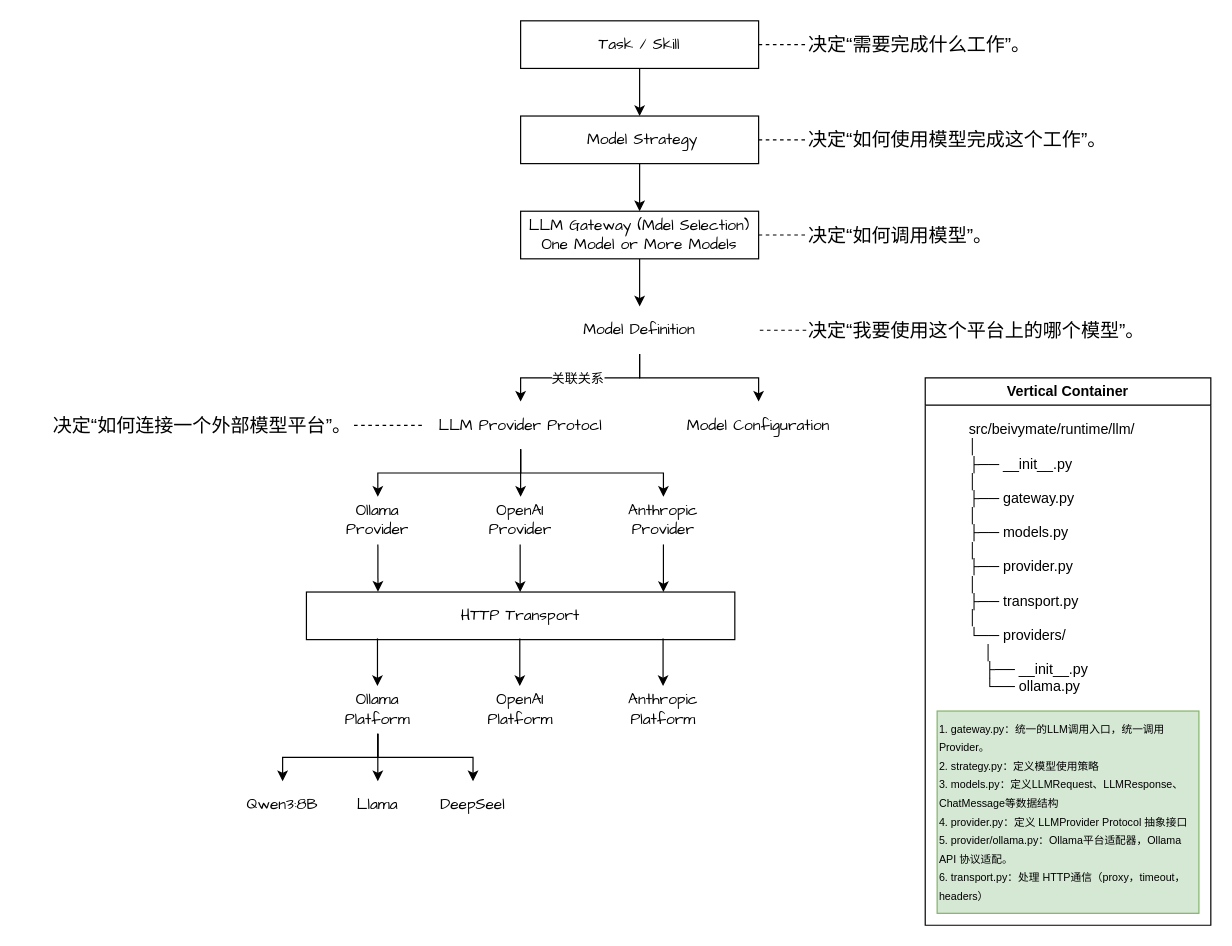
Before: page "LLM设计" (5 of 6) of docs/Design Structure for Key Point.drawio in madderli/beivymate, a draw.io diagram. Source tidied: cells renumbered, new cells numbered last; positions are measured from the earlier drawing's top-left corner, leaving out a move shared by most shapes. Both pictures are drawn from the tidied source at 119%, with x=0, y=0 at pixel (20, 20).
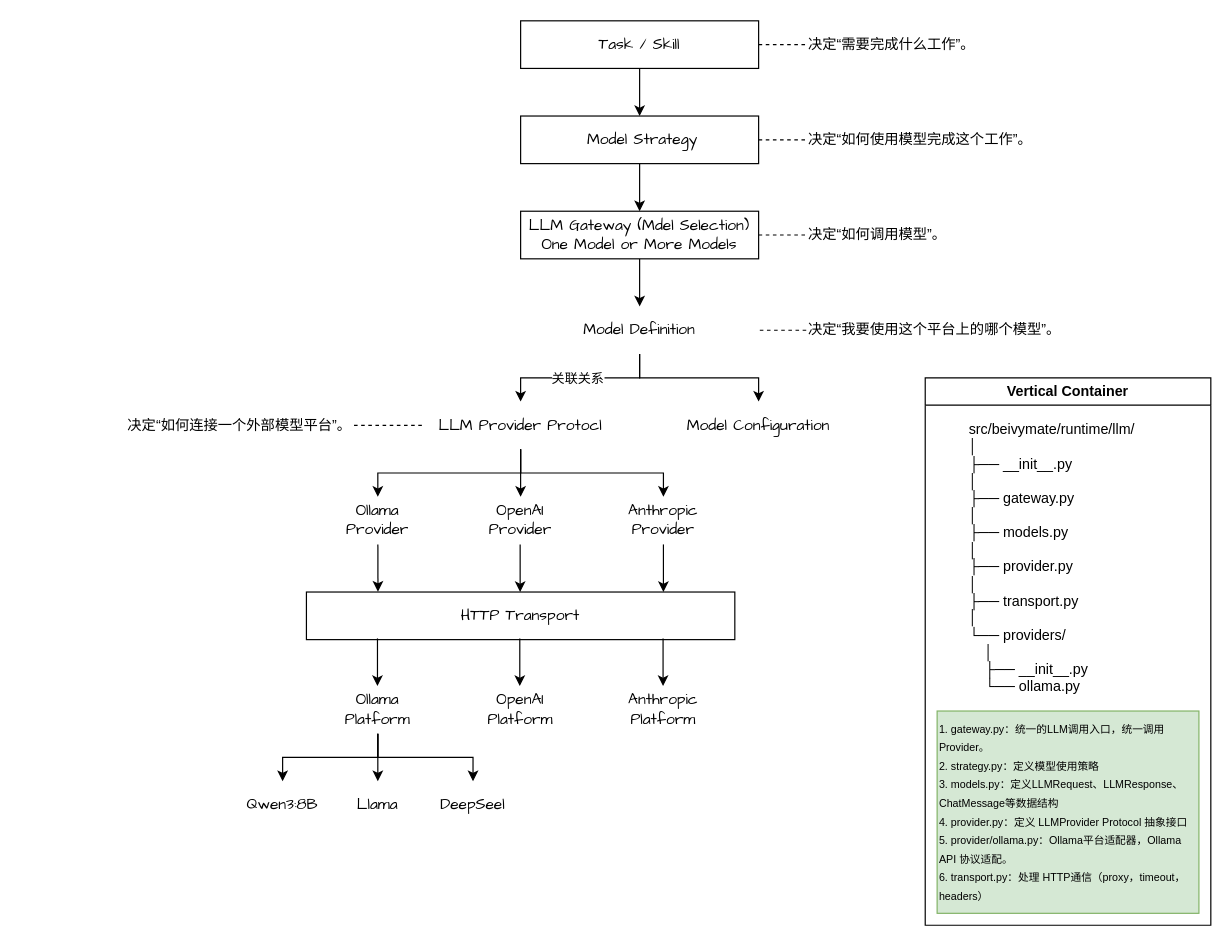
The same page after the edit.

Change to the diagram source:
```diff
@@
-    <mxCell id="11" value="&lt;span style=&quot;caret-color: rgb(0, 0, 0); font-family: -webkit-standard; font-size: medium;&quot;&gt;决定“需要完成什么工作”。&lt;/span&gt;" style="text;html=1;align=left;verticalAlign=middle;whiteSpace=wrap;rounded=0;" parent="1" vertex="1">
+    <mxCell id="11" value="&lt;span style=&quot;caret-color: rgb(0, 0, 0); font-family: -webkit-standard;&quot;&gt;决定“需要完成什么工作”。&lt;/span&gt;" style="text;html=1;align=left;verticalAlign=middle;whiteSpace=wrap;rounded=0;fontSize=12;" parent="1" vertex="1">
       <mxGeometry x="660" width="280" height="40" as="geometry" />
     </mxCell>
-    <mxCell id="12" value="&lt;span style=&quot;caret-color: rgb(0, 0, 0); font-family: -webkit-standard; font-size: medium;&quot;&gt;决定“如何使用模型完成这个工作”。&lt;/span&gt;" style="text;html=1;align=left;verticalAlign=middle;whiteSpace=wrap;rounded=0;" parent="1" vertex="1">
+    <mxCell id="12" value="&lt;span style=&quot;caret-color: rgb(0, 0, 0); font-family: -webkit-standard;&quot;&gt;决定“如何使用模型完成这个工作”。&lt;/span&gt;" style="text;html=1;align=left;verticalAlign=middle;whiteSpace=wrap;rounded=0;fontSize=12;" parent="1" vertex="1">
       <mxGeometry x="660" y="80" width="280" height="40" as="geometry" />
     </mxCell>
-    <mxCell id="13" value="&lt;span style=&quot;caret-color: rgb(0, 0, 0); font-family: -webkit-standard; font-size: medium;&quot;&gt;决定“如何调用模型”。&lt;/span&gt;" style="text;html=1;align=left;verticalAlign=middle;whiteSpace=wrap;rounded=0;" parent="1" vertex="1">
+    <mxCell id="13" value="&lt;span style=&quot;caret-color: rgb(0, 0, 0); font-family: -webkit-standard;&quot;&gt;决定“如何调用模型”。&lt;/span&gt;" style="text;html=1;align=left;verticalAlign=middle;whiteSpace=wrap;rounded=0;fontSize=12;" parent="1" vertex="1">
       <mxGeometry x="660" y="160" width="220" height="40" as="geometry" />
     </mxCell>
@@
-    <mxCell id="15" value="&lt;span style=&quot;font-family: -webkit-standard; font-size: medium; caret-color: rgb(0, 0, 0);&quot;&gt;决定“如何连接一个外部模型平台”。&lt;/span&gt;" style="text;html=1;align=right;verticalAlign=middle;whiteSpace=wrap;rounded=0;" parent="1" vertex="1">
+    <mxCell id="15" value="&lt;span style=&quot;font-family: -webkit-standard; caret-color: rgb(0, 0, 0);&quot;&gt;决定“如何连接一个外部模型平台”。&lt;/span&gt;" style="text;html=1;align=right;verticalAlign=middle;whiteSpace=wrap;rounded=0;fontSize=12;" parent="1" vertex="1">
       <mxGeometry y="320" width="280" height="40" as="geometry" />
     </mxCell>
@@
-    <mxCell id="17" value="&lt;span style=&quot;caret-color: rgb(0, 0, 0); font-family: -webkit-standard; font-size: medium;&quot;&gt;决定“我要使用这个平台上的哪个模型”。&lt;/span&gt;" style="text;html=1;align=left;verticalAlign=middle;whiteSpace=wrap;rounded=0;" parent="1" vertex="1">
+    <mxCell id="17" value="&lt;span style=&quot;caret-color: rgb(0, 0, 0); font-family: -webkit-standard;&quot;&gt;决定“我要使用这个平台上的哪个模型”。&lt;/span&gt;" style="text;html=1;align=left;verticalAlign=middle;whiteSpace=wrap;rounded=0;fontSize=12;" parent="1" vertex="1">
       <mxGeometry x="660" y="240" width="320" height="40" as="geometry" />
     </mxCell>
```
